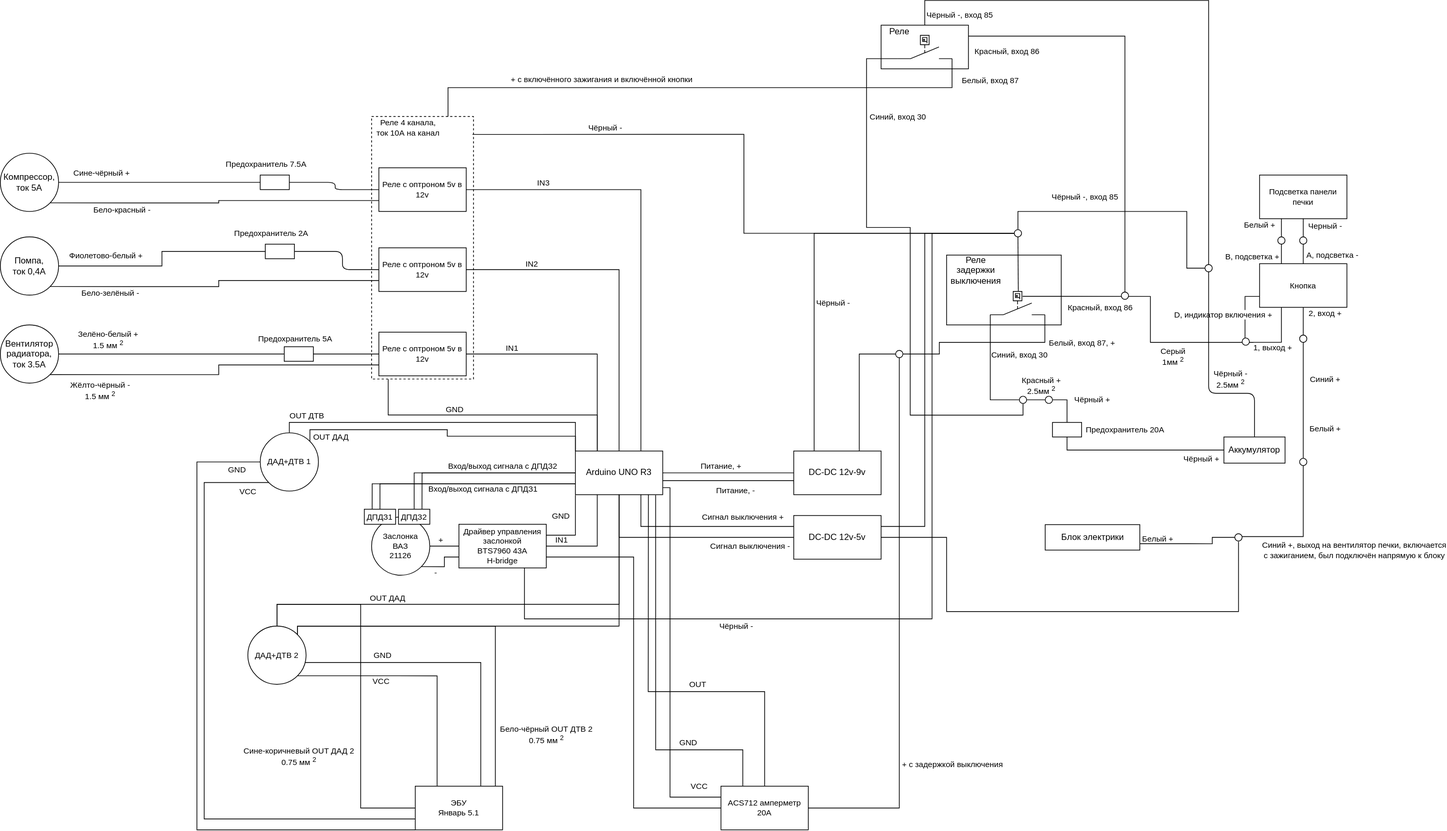
This is electrical_scheme.drawio.svg from kak-tus/compressor, a draw.io export, as it was before one commit. Source tidied: cells renumbered, new cells last; positions are measured from the earlier drawing's top-left corner, leaving out a move shared by most shapes.
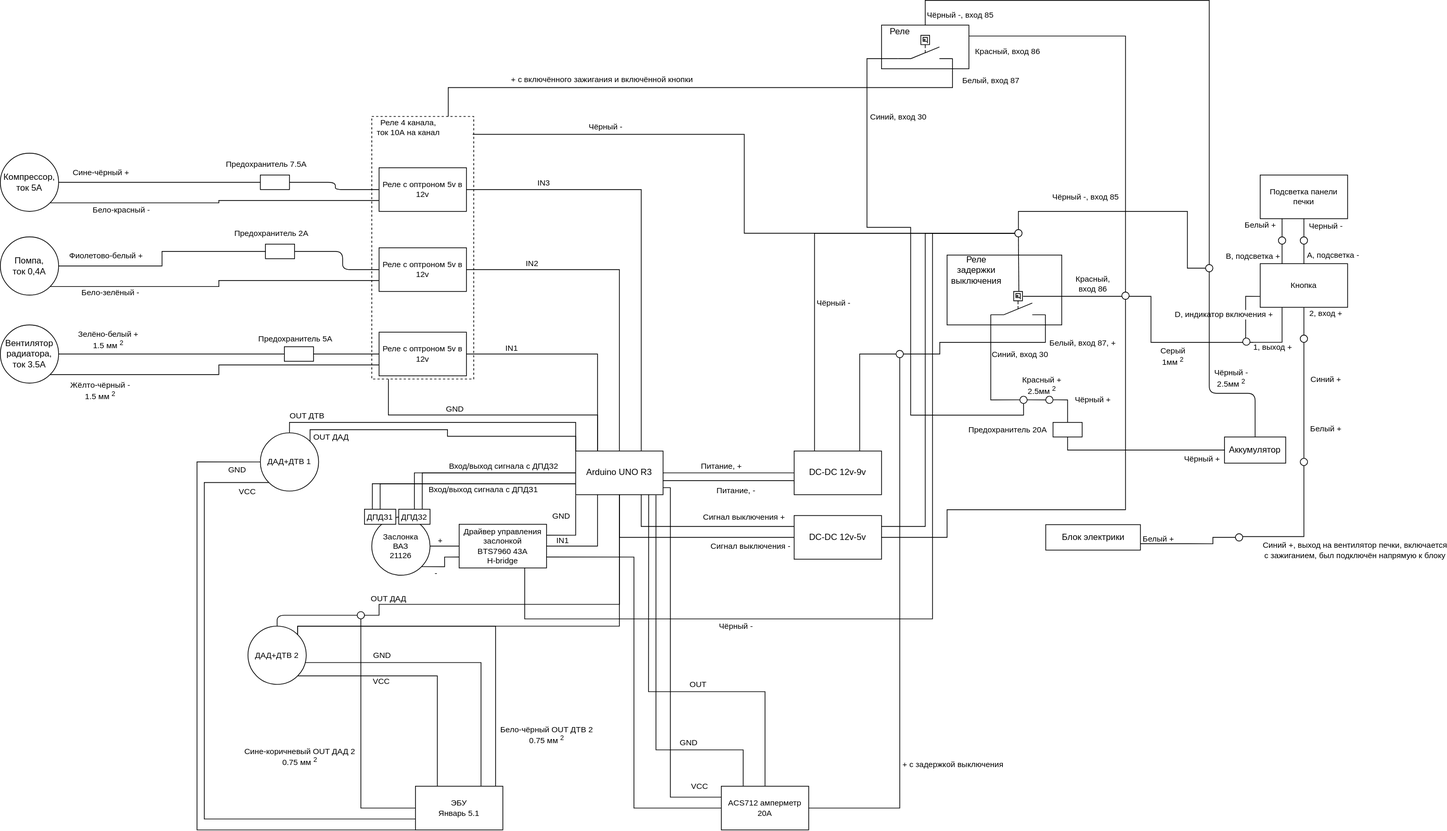
Above is the later version.

Commit message:
Got switch off signal from button.

It switched off with engine off.

Diff of the diagram source:
```diff
@@ -50,9 +50,9 @@
         </Array>
       </mxGeometry>
     </mxCell>
-    <mxCell id="12" value="Красный, вход 86" style="edgeLabel;html=1;align=center;verticalAlign=middle;fontSize=11;fontFamily=Helvetica;fontColor=default;" parent="11" vertex="1">
+    <mxCell id="12" value="Красный,&lt;br&gt;вход 86" style="edgeLabel;html=1;align=center;verticalAlign=middle;fontSize=11;fontFamily=Helvetica;fontColor=default;" parent="11" vertex="1">
       <mxGeometry x="0.49" y="-1" relative="1" as="geometry">
-        <mxPoint x="12" y="16" as="offset" />
+        <mxPoint x="2" y="-16" as="offset" />
       </mxGeometry>
     </mxCell>
     <mxCell id="13" value="Серый&lt;br&gt;1мм&lt;sup style=&quot;border-color: var(--border-color);&quot;&gt;2&lt;/sup&gt;" style="edgeLabel;html=1;align=center;verticalAlign=middle;fontSize=11;fontFamily=Helvetica;fontColor=default;" parent="11" vertex="1">
@@ -178,7 +178,7 @@
       <mxGeometry x="1445.5" y="580" width="40" height="20" as="geometry" />
     </mxCell>
     <mxCell id="40" value="Предохранитель 20А" style="text;html=1;align=center;verticalAlign=middle;strokeColor=none;fillColor=none;fontSize=11;fontFamily=Helvetica;fontColor=default;" parent="1" vertex="1">
-      <mxGeometry x="1480" y="575" width="130" height="30" as="geometry" />
+      <mxGeometry x="1318" y="575" width="130" height="30" as="geometry" />
     </mxCell>
     <mxCell id="41" style="edgeStyle=orthogonalEdgeStyle;shape=connector;rounded=0;jettySize=auto;html=1;exitX=0.5;exitY=0;exitDx=0;exitDy=0;entryX=1;entryY=0.25;entryDx=0;entryDy=0;labelBackgroundColor=default;strokeColor=default;fontFamily=Helvetica;fontSize=11;fontColor=default;endArrow=none;endFill=0;" parent="1" edge="1" source="42" target="138">
       <mxGeometry relative="1" as="geometry" />
@@ -189,11 +189,11 @@
     <mxCell id="43" style="ellipse;whiteSpace=wrap;html=1;fontFamily=Helvetica;fontSize=11;fontColor=default;" parent="1" vertex="1">
       <mxGeometry x="1785" y="629.3" width="10" height="10" as="geometry" />
     </mxCell>
-    <mxCell id="44" style="edgeStyle=orthogonalEdgeStyle;shape=connector;rounded=0;jettySize=auto;html=1;entryX=1;entryY=0.5;entryDx=0;entryDy=0;labelBackgroundColor=default;strokeColor=default;fontFamily=Helvetica;fontSize=11;fontColor=default;endArrow=none;endFill=0;exitX=0.507;exitY=1.083;exitDx=0;exitDy=0;exitPerimeter=0;" parent="1" edge="1" source="166" target="120">
+    <mxCell id="44" style="edgeStyle=orthogonalEdgeStyle;shape=connector;rounded=0;jettySize=auto;html=1;entryX=1;entryY=0.5;entryDx=0;entryDy=0;labelBackgroundColor=default;strokeColor=default;fontFamily=Helvetica;fontSize=11;fontColor=default;endArrow=none;endFill=0;exitX=0.5;exitY=1;exitDx=0;exitDy=0;" parent="1" edge="1" source="42" target="120">
       <mxGeometry relative="1" as="geometry">
         <Array as="points">
-          <mxPoint x="1701" y="840" />
-          <mxPoint x="1300" y="840" />
+          <mxPoint x="1545" y="700" />
+          <mxPoint x="1300" y="700" />
           <mxPoint x="1300" y="738" />
         </Array>
       </mxGeometry>
@@ -581,19 +581,18 @@
         <mxPoint x="28" y="7" as="offset" />
       </mxGeometry>
     </mxCell>
-    <mxCell id="132" style="edgeStyle=orthogonalEdgeStyle;rounded=0;jettySize=auto;html=1;exitX=0.5;exitY=0;exitDx=0;exitDy=0;entryX=0.5;entryY=1;entryDx=0;entryDy=0;endArrow=none;endFill=0;" parent="1" edge="1" source="135" target="81">
+    <mxCell id="132" style="edgeStyle=orthogonalEdgeStyle;rounded=0;jettySize=auto;html=1;exitX=1;exitY=0.5;exitDx=0;exitDy=0;entryX=0.5;entryY=1;entryDx=0;entryDy=0;endArrow=none;endFill=0;" parent="1" edge="1" source="178" target="81">
       <mxGeometry relative="1" as="geometry">
         <Array as="points">
-          <mxPoint x="380" y="830" />
+          <mxPoint x="520" y="845" />
+          <mxPoint x="520" y="830" />
           <mxPoint x="850" y="830" />
         </Array>
       </mxGeometry>
     </mxCell>
-    <mxCell id="133" style="edgeStyle=orthogonalEdgeStyle;shape=connector;rounded=0;jettySize=auto;html=1;exitX=0.5;exitY=0;exitDx=0;exitDy=0;entryX=0;entryY=0.5;entryDx=0;entryDy=0;labelBackgroundColor=default;strokeColor=default;fontFamily=Helvetica;fontSize=11;fontColor=default;endArrow=none;endFill=0;" parent="1" edge="1" source="135" target="157">
+    <mxCell id="133" style="edgeStyle=orthogonalEdgeStyle;shape=connector;rounded=0;jettySize=auto;html=1;entryX=0;entryY=0.5;entryDx=0;entryDy=0;labelBackgroundColor=default;strokeColor=default;fontFamily=Helvetica;fontSize=11;fontColor=default;endArrow=none;endFill=0;exitX=0.5;exitY=1;exitDx=0;exitDy=0;" parent="1" edge="1" source="178" target="157">
       <mxGeometry relative="1" as="geometry">
         <Array as="points">
-          <mxPoint x="380" y="830" />
-          <mxPoint x="495" y="830" />
           <mxPoint x="495" y="1110" />
         </Array>
       </mxGeometry>
@@ -808,5 +807,15 @@
     <mxCell id="176" value="Предохранитель 5А" style="text;html=1;align=center;verticalAlign=middle;strokeColor=none;fillColor=none;fontSize=11;fontFamily=Helvetica;fontColor=default;" parent="1" vertex="1">
       <mxGeometry x="340" y="450" width="130" height="30" as="geometry" />
     </mxCell>
+    <mxCell id="177" style="edgeStyle=none;html=1;exitX=0;exitY=0.5;exitDx=0;exitDy=0;entryX=0.5;entryY=0;entryDx=0;entryDy=0;endArrow=none;endFill=0;" parent="1" edge="1" source="178" target="135">
+      <mxGeometry relative="1" as="geometry">
+        <Array as="points">
+          <mxPoint x="380" y="845" />
+        </Array>
+      </mxGeometry>
+    </mxCell>
+    <mxCell id="178" style="ellipse;whiteSpace=wrap;html=1;fontFamily=Helvetica;fontSize=11;fontColor=default;" parent="1" vertex="1">
+      <mxGeometry x="490" y="840" width="10" height="10" as="geometry" />
+    </mxCell>
   </root>
 </mxGraphModel>
```
